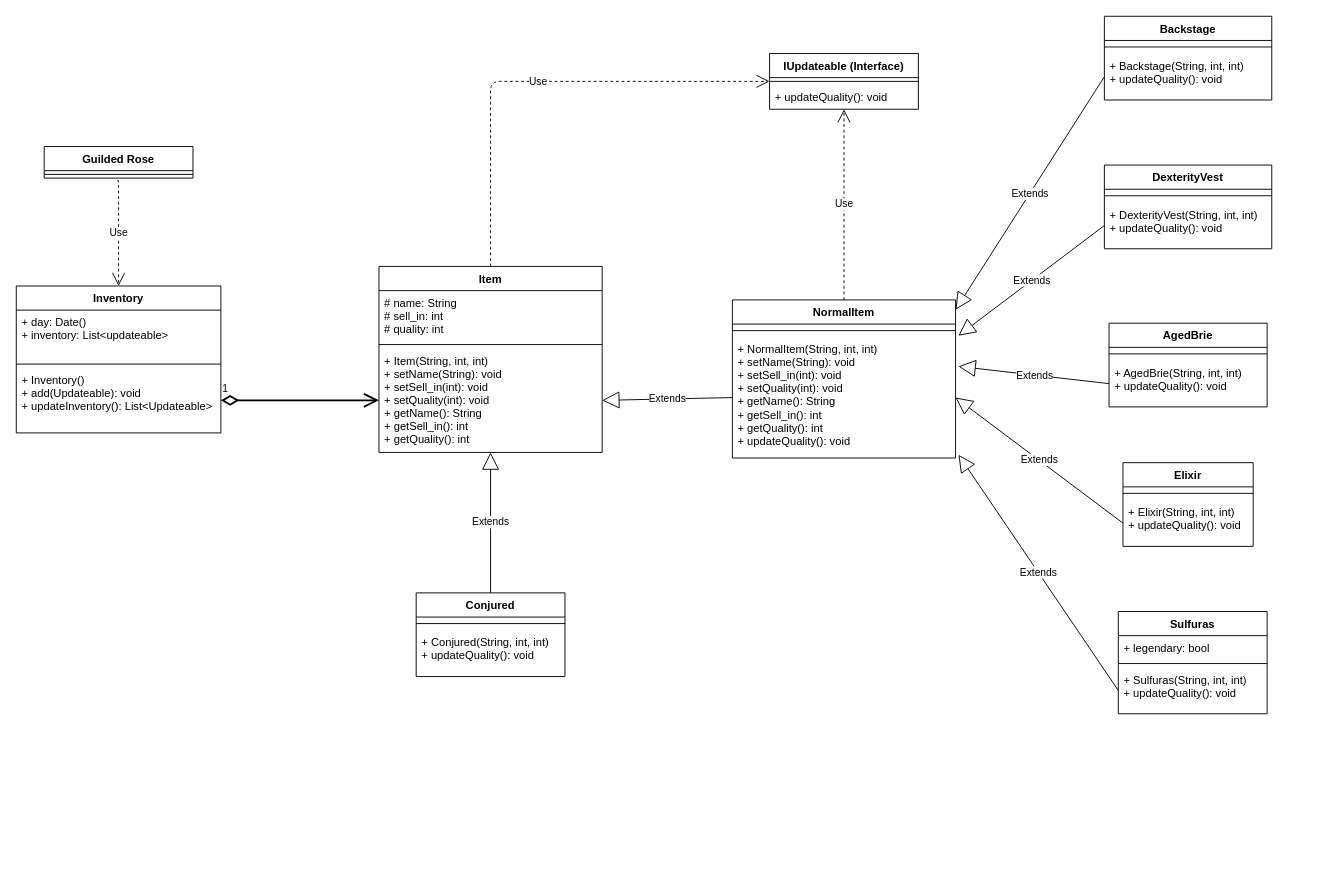
Above: DDD/UML_Diagram/UML_Diagram_Project.drawio in OllivandersProject/Ollivanders (draw.io), before the change. Source tidied: cells renumbered, new cells numbered last; positions are measured from the earlier drawing's top-left corner, leaving out a move shared by most shapes. Both pictures are drawn from the tidied source at 93%, with x=0, y=0 at pixel (16, 16).
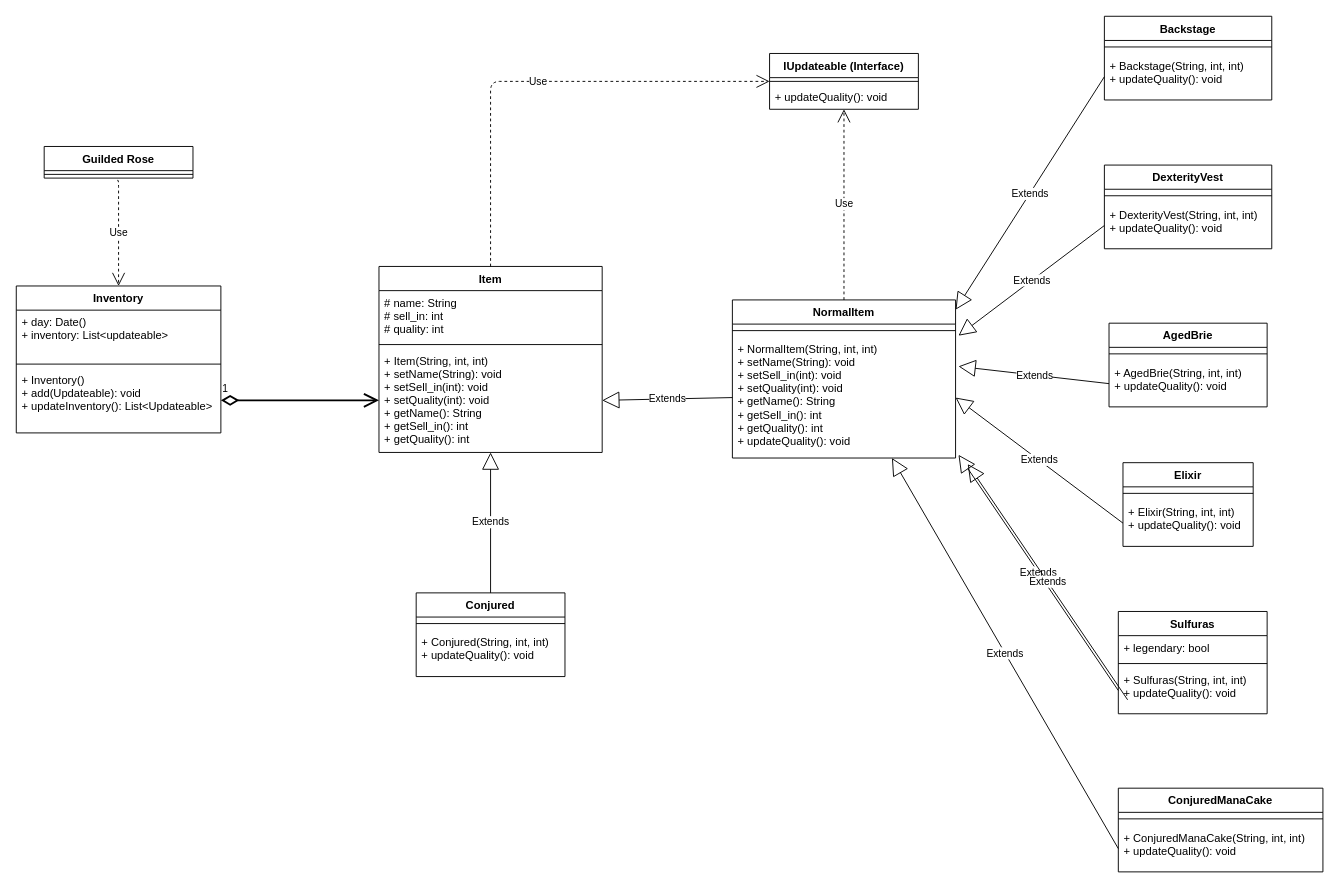
Above is the later version.

Commit message:
docs: :memo: Se ha organizado mejor el UML Diagram DDD Ollivanders

Unchanged cells that the change refers to:
```xml
<mxCell id="14" value="+ NormalItem(String, int, int)&#10;+ setName(String): void&#10;+ setSell_in(int): void&#10;+ setQuality(int): void&#10;+ getName(): String&#10;+ getSell_in(): int&#10;+ getQuality(): int&#10;+ updateQuality(): void" style="text;strokeColor=none;fillColor=none;align=left;verticalAlign=top;spacingLeft=4;spacingRight=4;overflow=hidden;points=[[0,0.5],[1,0.5]];portConstraint=eastwest;" parent="12" vertex="1">
  <mxGeometry y="40" width="240" height="130" as="geometry" />
</mxCell>
```

The edit, as a diff of the source:
```diff
@@
+    <mxCell id="48" value="ConjuredManaCake" style="swimlane;fontStyle=1;align=center;verticalAlign=top;horizontal=1;startSize=26;" parent="1" vertex="1">
+      <mxGeometry x="1185" y="830" width="220" height="90" as="geometry" />
+    </mxCell>
+    <mxCell id="49" style="line;strokeWidth=1;fillColor=none;align=left;verticalAlign=middle;spacingTop=-1;spacingLeft=3;spacingRight=3;labelPosition=right;" parent="48" vertex="1">
+      <mxGeometry y="26" width="220" height="14" as="geometry" />
+    </mxCell>
+    <mxCell id="50" value="+ ConjuredManaCake(String, int, int)&#10;+ updateQuality(): void" style="text;strokeColor=none;fillColor=none;align=left;verticalAlign=top;spacingLeft=4;spacingRight=4;overflow=hidden;points=[[0,0.5],[1,0.5]];portConstraint=eastwest;" parent="48" vertex="1">
+      <mxGeometry y="40" width="220" height="50" as="geometry" />
+    </mxCell>
+    <mxCell id="51" value="Extends" style="endArrow=block;endSize=16;endFill=0;html=1;strokeWidth=1;exitX=0;exitY=0.5;exitDx=0;exitDy=0;entryX=1.013;entryY=0.973;entryDx=0;entryDy=0;entryPerimeter=0;" parent="1" edge="1">
+      <mxGeometry relative="1" as="geometry">
+        <mxPoint x="1195" y="735" as="sourcePoint" />
+        <mxPoint x="1023.1" y="481.5" as="targetPoint" />
+      </mxGeometry>
+    </mxCell>
+    <mxCell id="52" value="Extends" style="endArrow=block;endSize=16;endFill=0;html=1;strokeWidth=1;entryX=0.715;entryY=1;entryDx=0;entryDy=0;entryPerimeter=0;exitX=0;exitY=0.5;exitDx=0;exitDy=0;" parent="1" edge="1" source="50" target="14">
+      <mxGeometry relative="1" as="geometry" />
+    </mxCell>
```
